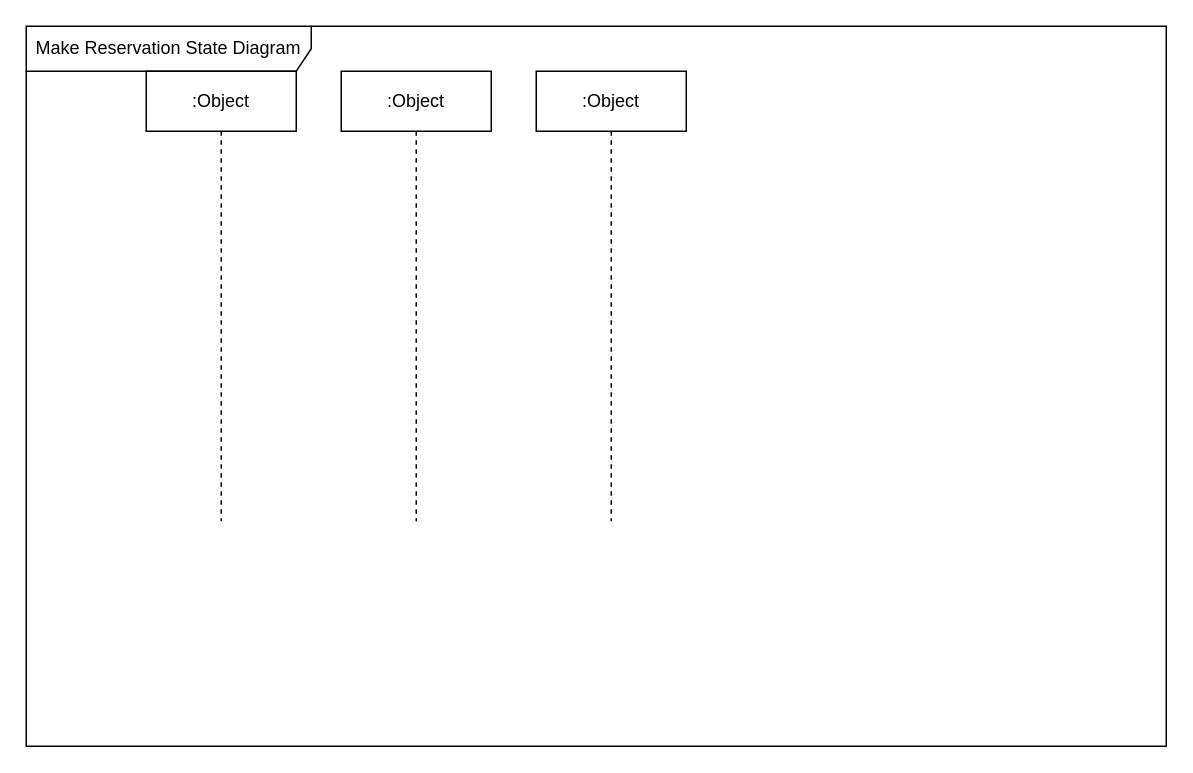
The draw.io diagram week1/Assign2 Hotel State Diagram.drawio in Darren-ODonnell/BusinessModellingDiagrams, before the edit. Source tidied: cells renumbered, new cells numbered last; positions are measured from the earlier drawing's top-left corner, leaving out a move shared by most shapes. Both pictures are drawn from the tidied source at 150%, with x=0, y=0 at pixel (26, 26).
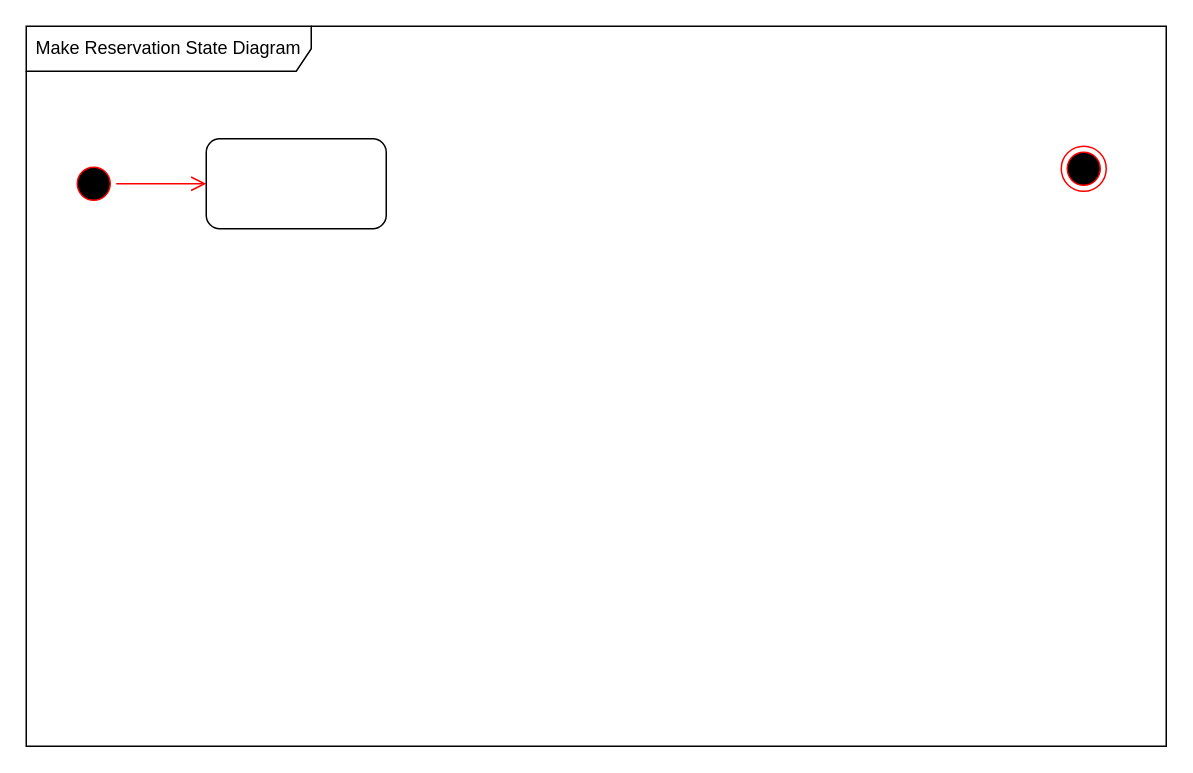
The same page after the edit.

What changed in the source:
```diff
@@
 <mxGraphModel>
   <root>
     <mxCell id="0" />
     <mxCell id="1" parent="0" />
     <mxCell id="2" value="Make Reservation State Diagram" style="shape=umlFrame;whiteSpace=wrap;html=1;width=190;height=30;" parent="1" vertex="1">
       <mxGeometry width="760" height="480" as="geometry" />
     </mxCell>
-    <mxCell id="3" value=":Object" style="shape=umlLifeline;perimeter=lifelinePerimeter;whiteSpace=wrap;html=1;" parent="1" vertex="1">
-      <mxGeometry x="80" y="30" width="100" height="300" as="geometry" />
-    </mxCell>
-    <mxCell id="4" value=":Object" style="shape=umlLifeline;perimeter=lifelinePerimeter;whiteSpace=wrap;html=1;" parent="1" vertex="1">
-      <mxGeometry x="210" y="30" width="100" height="300" as="geometry" />
-    </mxCell>
-    <mxCell id="5" value=":Object" style="shape=umlLifeline;perimeter=lifelinePerimeter;whiteSpace=wrap;html=1;" parent="1" vertex="1">
-      <mxGeometry x="340" y="30" width="100" height="300" as="geometry" />
-    </mxCell>
+    <mxCell id="6" style="ellipse;html=1;shape=startState;fillColor=#000000;strokeColor=#ff0000;" parent="1" vertex="1">
+      <mxGeometry x="30" y="90" width="30" height="30" as="geometry" />
+    </mxCell>
+    <mxCell id="7" style="edgeStyle=orthogonalEdgeStyle;html=1;verticalAlign=bottom;endArrow=open;endSize=8;strokeColor=#ff0000;rounded=0;exitX=1;exitY=0.5;exitDx=0;exitDy=0;" parent="1" edge="1" source="6" target="8">
+      <mxGeometry relative="1" as="geometry" />
+    </mxCell>
+    <mxCell id="8" style="rounded=1;whiteSpace=wrap;html=1;" parent="1" vertex="1">
+      <mxGeometry x="120" y="75" width="120" height="60" as="geometry" />
+    </mxCell>
+    <mxCell id="9" style="ellipse;html=1;shape=endState;fillColor=#000000;strokeColor=#ff0000;" parent="1" vertex="1">
+      <mxGeometry x="690" y="80" width="30" height="30" as="geometry" />
+    </mxCell>
   </root>
 </mxGraphModel>
```
